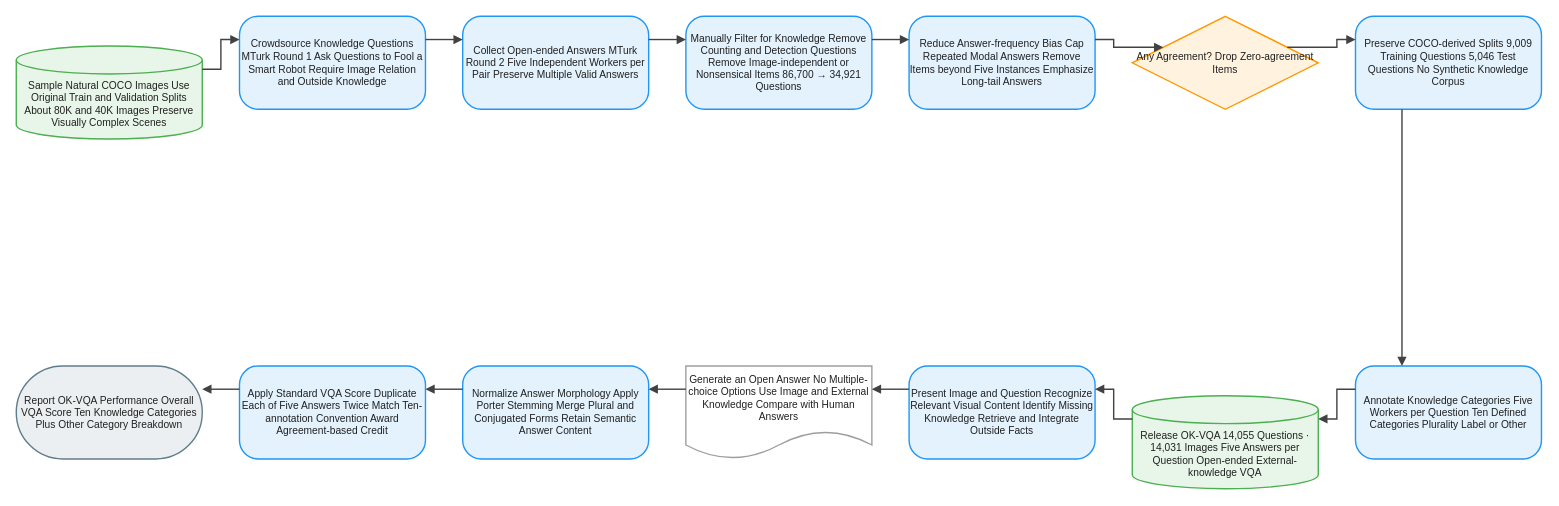
Above: client/public/drawio/OK-VQA/OK-VQA.en.drawio in joe1chief/benchmark-hub (draw.io), before the change. Source tidied: cells renumbered, new cells numbered last; positions are measured from the earlier drawing's top-left corner, leaving out a move shared by most shapes. Both pictures are drawn from the tidied source at 93%, with x=0, y=0 at pixel (16, 16).
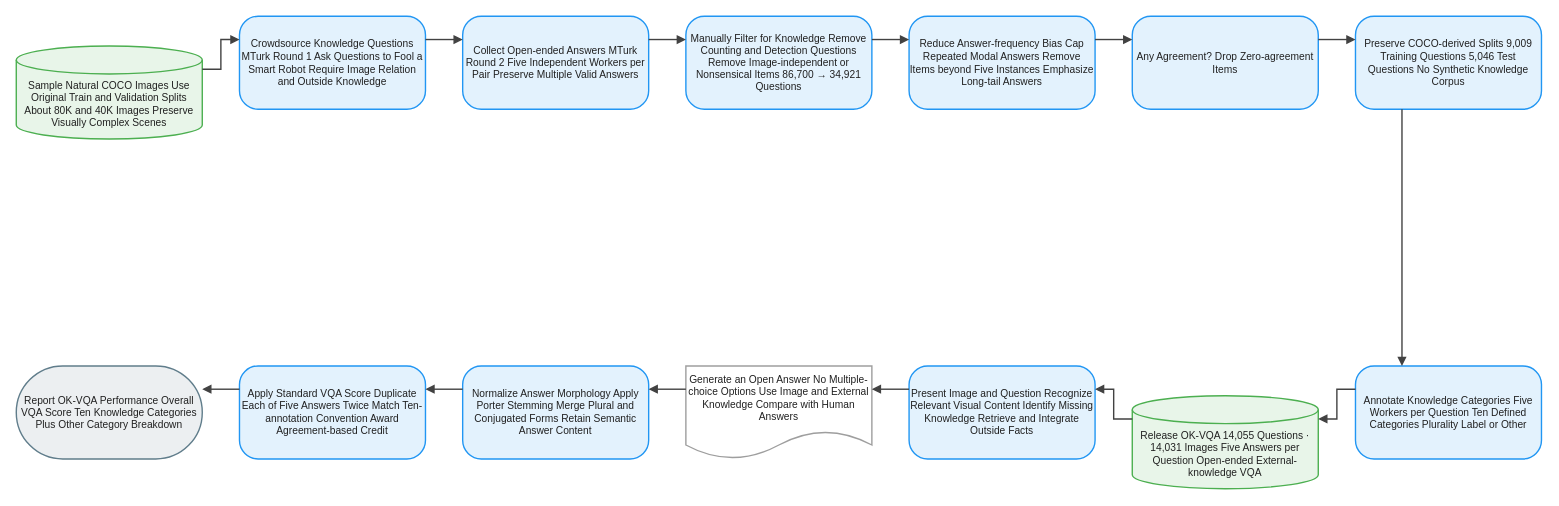
After the change.

The edit, as a diff of the source:
```diff
@@
-    <mxCell id="7" value="Any Agreement? Drop Zero-agreement Items" style="rhombus;html=1;whiteSpace=wrap;fillColor=#FFF3E0;strokeColor=#FF9800;strokeWidth=1.5;fontColor=#212121;fontSize=11;fontFamily=Arial, Helvetica, sans-serif;verticalAlign=middle;align=center;" parent="1" vertex="1">
+    <mxCell id="7" value="Any Agreement? Drop Zero-agreement Items" style="rounded=1;arcSize=20;html=1;whiteSpace=wrap;fillColor=#E3F2FD;strokeColor=#2196F3;strokeWidth=1.5;fontColor=#212121;fontSize=11;fontFamily=Arial, Helvetica, sans-serif;verticalAlign=middle;align=center;" parent="1" vertex="1">
       <mxGeometry x="1200" width="200" height="100" as="geometry" />
     </mxCell>
```
